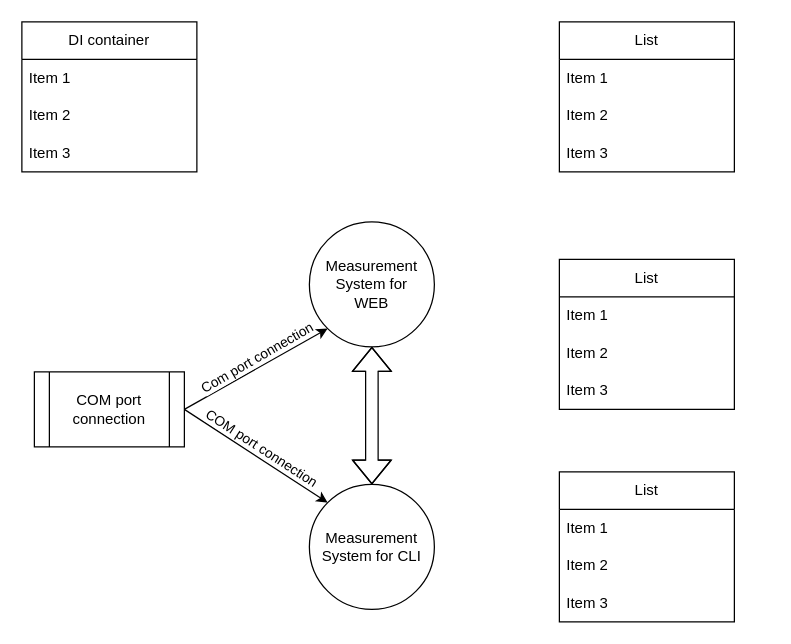
hattabith/VacuumMeasurementSystem keeps this draw.io diagram as VacuumIndication.drawio. Above is the earlier version. Source tidied: cells renumbered, new cells numbered last; positions are measured from the earlier drawing's top-left corner, leaving out a move shared by most shapes. Both pictures are drawn from the tidied source at 125%, with x=0, y=0 at pixel (21, 21).
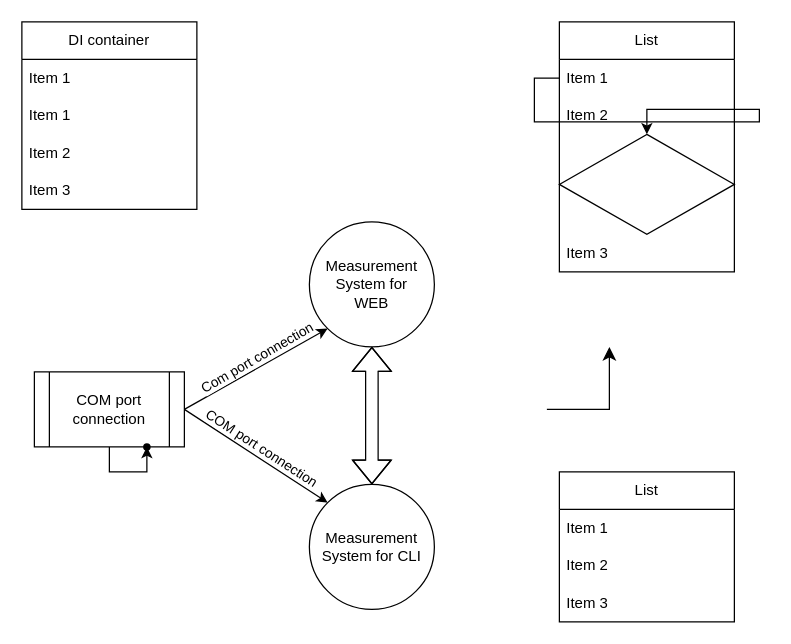
After the change.

The change refers to these unchanged cells:
```xml
<mxCell id="5" value="COM port connection" style="shape=process;whiteSpace=wrap;html=1;backgroundOutline=1;" parent="1" vertex="1">
  <mxGeometry x="10" y="280" width="120" height="60" as="geometry" />
</mxCell>
<mxCell id="11" value="Item 1" style="text;strokeColor=none;fillColor=none;align=left;verticalAlign=middle;spacingLeft=4;spacingRight=4;overflow=hidden;points=[[0,0.5],[1,0.5]];portConstraint=eastwest;whiteSpace=wrap;html=1;" parent="10" vertex="1">
  <mxGeometry y="30" width="140" height="30" as="geometry" />
</mxCell>
```

Change to the diagram source:
```diff
@@
+    <mxCell id="26" style="edgeStyle=orthogonalEdgeStyle;rounded=0;jettySize=auto;html=1;" parent="1" edge="1" source="5" target="29">
+      <mxGeometry relative="1" as="geometry" />
+    </mxCell>
@@
     <mxCell id="10" value="List" style="swimlane;fontStyle=0;horizontal=1;startSize=30;whiteSpace=wrap;html=1;" parent="1" vertex="1">
-      <mxGeometry x="430" width="140" height="120" as="geometry" />
+      <mxGeometry x="430" width="140" height="200" as="geometry" />
     </mxCell>
@@
+    <mxCell id="27" style="edgeStyle=orthogonalEdgeStyle;rounded=0;jettySize=auto;html=1;" parent="10" edge="1" source="11" target="28">
+      <mxGeometry relative="1" as="geometry" />
+    </mxCell>
+    <mxCell id="28" style="rhombus;whiteSpace=wrap;html=1;" parent="10" vertex="1">
+      <mxGeometry y="90" width="140" height="80" as="geometry" />
+    </mxCell>
     <mxCell id="13" value="Item 3" style="text;strokeColor=none;fillColor=none;align=left;verticalAlign=middle;spacingLeft=4;spacingRight=4;overflow=hidden;whiteSpace=wrap;html=1;" parent="10" vertex="1">
-      <mxGeometry y="90" width="140" height="30" as="geometry" />
+      <mxGeometry y="170" width="140" height="30" as="geometry" />
     </mxCell>
     <mxCell id="14" value="DI container" style="swimlane;fontStyle=0;horizontal=1;startSize=30;whiteSpace=wrap;html=1;" parent="1" vertex="1">
-      <mxGeometry width="140" height="120" as="geometry" />
+      <mxGeometry width="140" height="150" as="geometry" />
     </mxCell>
@@
+    <mxCell id="19" value="Item 1" style="text;strokeColor=none;fillColor=none;align=left;verticalAlign=middle;spacingLeft=4;spacingRight=4;overflow=hidden;whiteSpace=wrap;html=1;" parent="14" vertex="1">
+      <mxGeometry y="60" width="140" height="30" as="geometry" />
+    </mxCell>
     <mxCell id="16" value="Item 2" style="text;strokeColor=none;fillColor=none;align=left;verticalAlign=middle;spacingLeft=4;spacingRight=4;overflow=hidden;whiteSpace=wrap;html=1;" parent="14" vertex="1">
-      <mxGeometry y="60" width="140" height="30" as="geometry" />
+      <mxGeometry y="90" width="140" height="30" as="geometry" />
     </mxCell>
     <mxCell id="17" value="Item 3" style="text;strokeColor=none;fillColor=none;align=left;verticalAlign=middle;spacingLeft=4;spacingRight=4;overflow=hidden;whiteSpace=wrap;html=1;" parent="14" vertex="1">
-      <mxGeometry y="90" width="140" height="30" as="geometry" />
+      <mxGeometry y="120" width="140" height="30" as="geometry" />
     </mxCell>
-    <mxCell id="18" value="List" style="swimlane;fontStyle=0;horizontal=1;startSize=30;whiteSpace=wrap;html=1;" parent="1" vertex="1">
-      <mxGeometry x="430" y="190" width="140" height="120" as="geometry" />
-    </mxCell>
-    <mxCell id="19" value="Item 1" style="text;strokeColor=none;fillColor=none;align=left;verticalAlign=middle;spacingLeft=4;spacingRight=4;overflow=hidden;whiteSpace=wrap;html=1;" parent="18" vertex="1">
-      <mxGeometry y="30" width="140" height="30" as="geometry" />
-    </mxCell>
-    <mxCell id="20" value="Item 2" style="text;strokeColor=none;fillColor=none;align=left;verticalAlign=middle;spacingLeft=4;spacingRight=4;overflow=hidden;whiteSpace=wrap;html=1;" parent="18" vertex="1">
-      <mxGeometry y="60" width="140" height="30" as="geometry" />
-    </mxCell>
-    <mxCell id="21" value="Item 3" style="text;strokeColor=none;fillColor=none;align=left;verticalAlign=middle;spacingLeft=4;spacingRight=4;overflow=hidden;whiteSpace=wrap;html=1;" parent="18" vertex="1">
-      <mxGeometry y="90" width="140" height="30" as="geometry" />
-    </mxCell>
@@
+    <mxCell id="29" style="shape=waypoint;sketch=0;size=6;points=[];fillColor=default;perimeter=centerPerimeter;snapToPoint=1;" parent="1" vertex="1">
+      <mxGeometry x="90" y="330" width="20" height="20" as="geometry" />
+    </mxCell>
+    <mxCell id="30" style="edgeStyle=segmentEdgeStyle;endArrow=classic;html=1;curved=0;rounded=0;endSize=8;startSize=8;" parent="1" edge="1">
+      <mxGeometry relative="1" as="geometry">
+        <mxPoint x="420" y="310" as="sourcePoint" />
+        <mxPoint x="470" y="260" as="targetPoint" />
+      </mxGeometry>
+    </mxCell>
```
